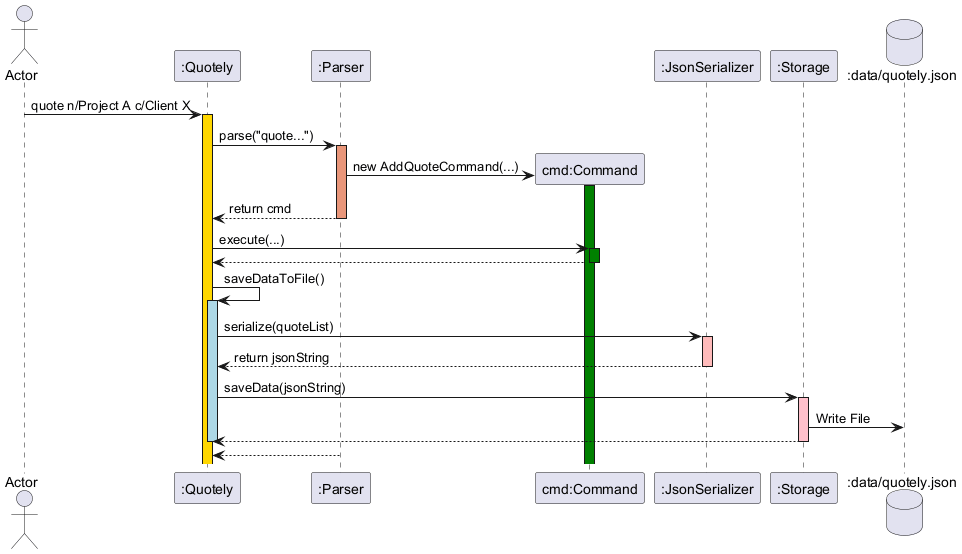
The PlantUML diagram docs/src/gson-sequence-diagram.png in Tanjy55/tp, before a commit. Its diagram source:
```plantuml
@startuml
actor Actor
participant ":Quotely" as Quotely
participant ":Parser" as Parser
participant "cmd:Command" as Command
participant ":JsonSerializer" as Serializer
participant ":Storage" as Storage
database ":data/quotely.json" as DB

Actor -> Quotely ++ #Gold: quote n/Project A c/Client X

Quotely -> Parser ++ #DarkSalmon: parse("quote...")

Parser -> Command **: new AddQuoteCommand(...)
activate Command #Green
Parser --> Quotely: return cmd
deactivate Parser

Quotely -> Command ++ #Green: execute(...)
Command --> Quotely
deactivate Command

Quotely -> Quotely ++ #LightBlue: saveDataToFile()

Quotely -> Serializer ++ #FFBBBB: serialize(quoteList)
Serializer --> Quotely: return jsonString
deactivate Serializer

Quotely -> Storage ++ #Pink: saveData(jsonString)
Storage -> DB: Write File
Storage --> Quotely
deactivate Storage

deactivate Quotely

return

@enduml
```
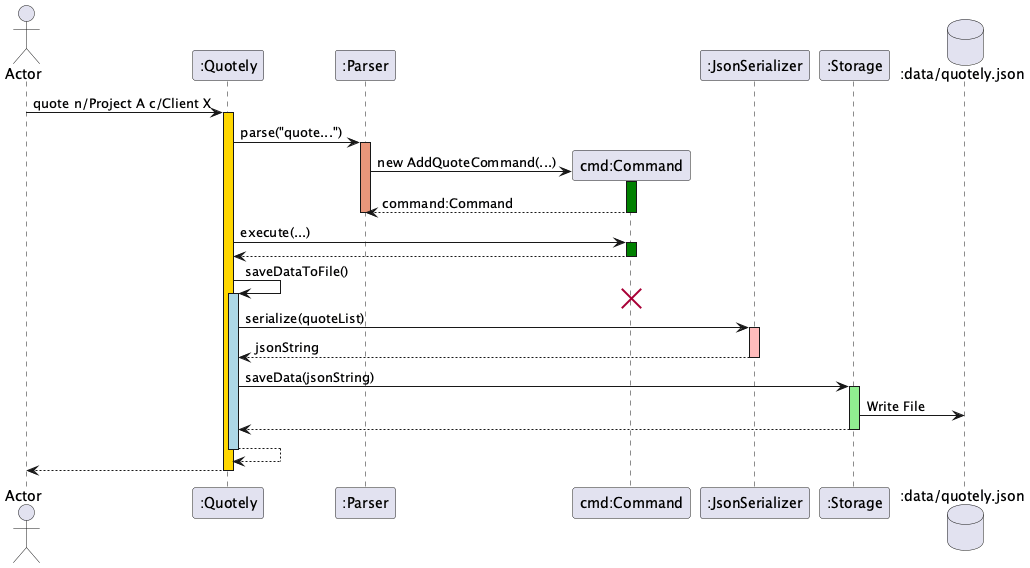
After the change.

Diff of the diagram source:
```diff
@@ -13,25 +13,26 @@
 
 Parser -> Command **: new AddQuoteCommand(...)
 activate Command #Green
-Parser --> Quotely: return cmd
+return command:Command
 deactivate Parser
 
 Quotely -> Command ++ #Green: execute(...)
-Command --> Quotely
-deactivate Command
+return
 
 Quotely -> Quotely ++ #LightBlue: saveDataToFile()
 
+destroy Command
+
+
 Quotely -> Serializer ++ #FFBBBB: serialize(quoteList)
-Serializer --> Quotely: return jsonString
-deactivate Serializer
+return jsonString
 
-Quotely -> Storage ++ #Pink: saveData(jsonString)
+Quotely -> Storage ++ #LightGreen: saveData(jsonString)
 Storage -> DB: Write File
 Storage --> Quotely
 deactivate Storage
 
-deactivate Quotely
+return
 
 return
 
```
